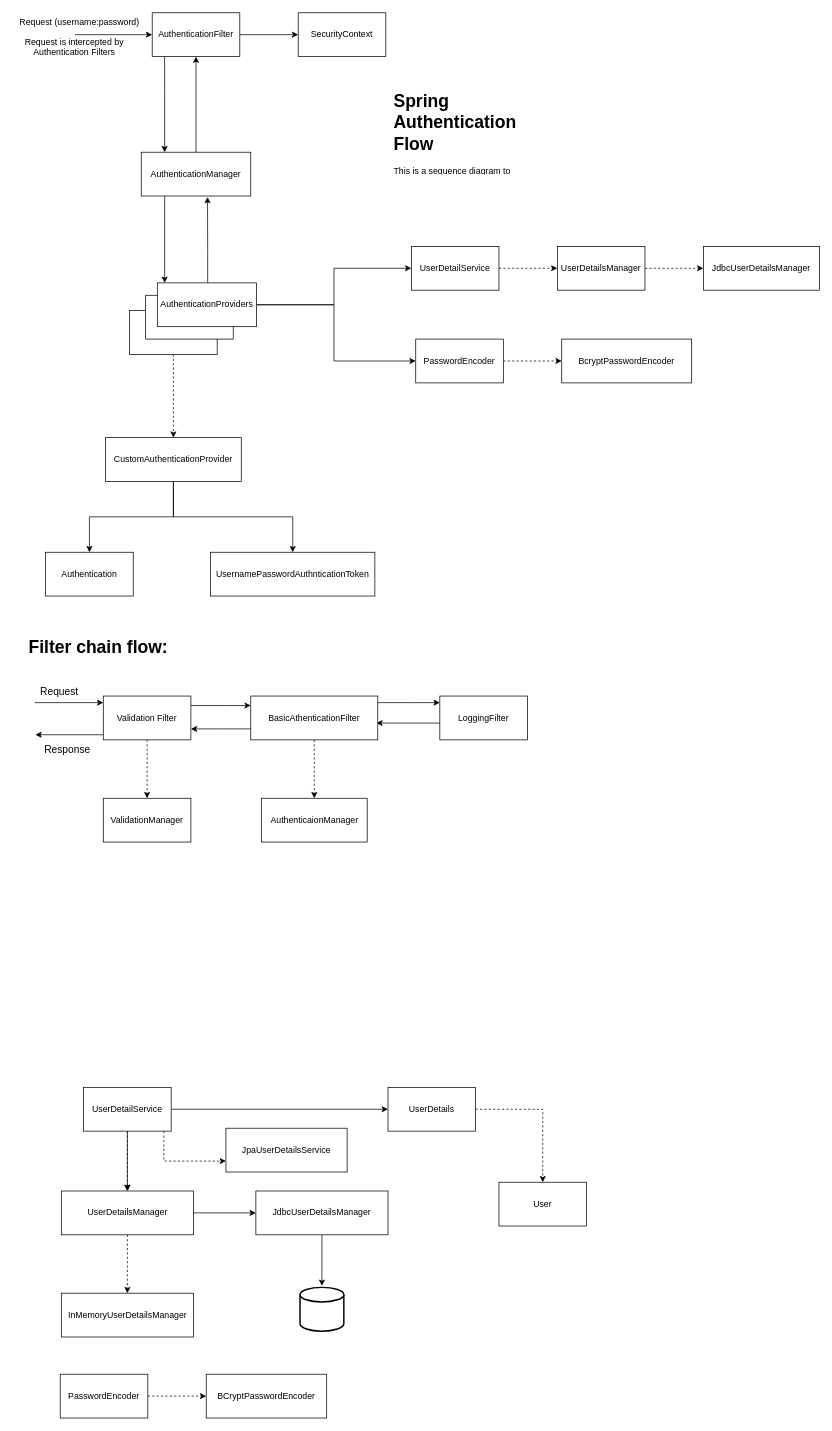
usernameAshu/spring-security-poc keeps this draw.io diagram as Spring security architecture-1.drawio. Above is the earlier version. Source tidied: cells renumbered, new cells numbered last; positions are measured from the earlier drawing's top-left corner, leaving out a move shared by most shapes. Both pictures are drawn from the tidied source at 73%, with x=0, y=0 at pixel (12, 12).
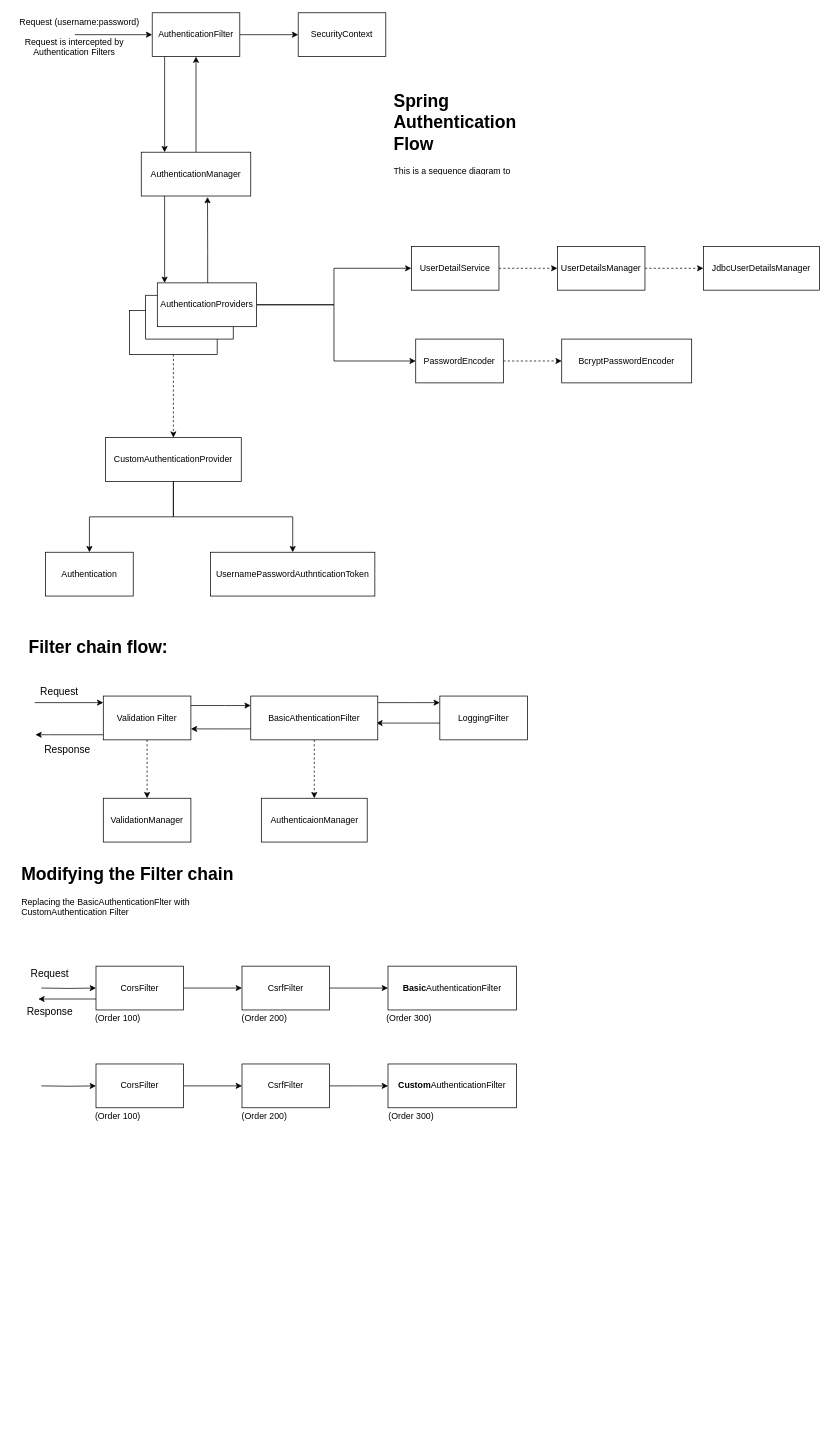
The same page after the edit.

What changed in the source:
```diff
@@
-    <mxCell id="23" style="edgeStyle=orthogonalEdgeStyle;rounded=0;jettySize=auto;html=1;dashed=1;" parent="1" edge="1" source="27" target="30">
-      <mxGeometry relative="1" as="geometry" />
-    </mxCell>
-    <mxCell id="24" style="edgeStyle=orthogonalEdgeStyle;rounded=0;jettySize=auto;html=1;" parent="1" edge="1" source="27" target="32">
-      <mxGeometry relative="1" as="geometry" />
-    </mxCell>
-    <mxCell id="25" style="edgeStyle=orthogonalEdgeStyle;rounded=0;jettySize=auto;html=1;" parent="1" edge="1" source="27" target="30">
-      <mxGeometry relative="1" as="geometry" />
-    </mxCell>
-    <mxCell id="26" style="edgeStyle=orthogonalEdgeStyle;rounded=0;jettySize=auto;html=1;dashed=1;" parent="1" edge="1" source="27" target="41">
-      <mxGeometry relative="1" as="geometry">
-        <Array as="points">
-          <mxPoint x="207" y="1573" />
-        </Array>
-      </mxGeometry>
-    </mxCell>
-    <mxCell id="27" value="UserDetailService" style="rounded=0;whiteSpace=wrap;html=1;" parent="1" vertex="1">
-      <mxGeometry x="97" y="1472" width="120" height="60" as="geometry" />
-    </mxCell>
-    <mxCell id="28" style="edgeStyle=orthogonalEdgeStyle;rounded=0;jettySize=auto;html=1;dashed=1;" parent="1" edge="1" source="30" target="34">
-      <mxGeometry relative="1" as="geometry" />
-    </mxCell>
-    <mxCell id="29" style="edgeStyle=orthogonalEdgeStyle;rounded=0;jettySize=auto;html=1;" parent="1" edge="1" source="30" target="36">
-      <mxGeometry relative="1" as="geometry" />
-    </mxCell>
-    <mxCell id="30" value="UserDetailsManager" style="whiteSpace=wrap;html=1;rounded=0;" parent="1" vertex="1">
-      <mxGeometry x="66.5" y="1614" width="181" height="60" as="geometry" />
-    </mxCell>
-    <mxCell id="31" style="edgeStyle=orthogonalEdgeStyle;rounded=0;jettySize=auto;html=1;dashed=1;" parent="1" edge="1" source="32" target="33">
-      <mxGeometry relative="1" as="geometry" />
-    </mxCell>
-    <mxCell id="32" value="UserDetails" style="whiteSpace=wrap;html=1;rounded=0;" parent="1" vertex="1">
-      <mxGeometry x="514" y="1472" width="120" height="60" as="geometry" />
-    </mxCell>
-    <mxCell id="33" value="User" style="whiteSpace=wrap;html=1;rounded=0;" parent="1" vertex="1">
-      <mxGeometry x="666" y="1602" width="120" height="60" as="geometry" />
-    </mxCell>
-    <mxCell id="34" value="InMemoryUserDetailsManager" style="whiteSpace=wrap;html=1;rounded=0;" parent="1" vertex="1">
-      <mxGeometry x="66.5" y="1754" width="181" height="60" as="geometry" />
-    </mxCell>
-    <mxCell id="35" style="edgeStyle=orthogonalEdgeStyle;rounded=0;jettySize=auto;html=1;" parent="1" edge="1" source="36">
-      <mxGeometry relative="1" as="geometry">
-        <mxPoint x="423.5" y="1744" as="targetPoint" />
-      </mxGeometry>
-    </mxCell>
-    <mxCell id="36" value="JdbcUserDetailsManager" style="whiteSpace=wrap;html=1;rounded=0;" parent="1" vertex="1">
-      <mxGeometry x="333" y="1614" width="181" height="60" as="geometry" />
-    </mxCell>
-    <mxCell id="37" style="edgeStyle=orthogonalEdgeStyle;rounded=0;jettySize=auto;html=1;dashed=1;" parent="1" edge="1" source="38" target="39">
-      <mxGeometry relative="1" as="geometry" />
-    </mxCell>
-    <mxCell id="38" value="PasswordEncoder" style="rounded=0;whiteSpace=wrap;html=1;" parent="1" vertex="1">
-      <mxGeometry x="65" y="1865" width="120" height="60" as="geometry" />
-    </mxCell>
-    <mxCell id="39" value="BCryptPasswordEncoder" style="whiteSpace=wrap;html=1;rounded=0;" parent="1" vertex="1">
-      <mxGeometry x="265" y="1865" width="165" height="60" as="geometry" />
-    </mxCell>
-    <mxCell id="40" style="strokeWidth=2;html=1;shape=mxgraph.flowchart.database;whiteSpace=wrap;" parent="1" vertex="1">
-      <mxGeometry x="393.5" y="1746" width="60" height="60" as="geometry" />
-    </mxCell>
-    <mxCell id="41" value="JpaUserDetailsService" style="rounded=0;whiteSpace=wrap;html=1;" parent="1" vertex="1">
-      <mxGeometry x="292" y="1528" width="166" height="60" as="geometry" />
-    </mxCell>
@@
+    <mxCell id="68" value="&lt;h1&gt;Modifying the Filter chain&lt;/h1&gt;&lt;p&gt;Replacing the BasicAuthenticationFlter with CustomAuthentication Filter&lt;/p&gt;" style="text;html=1;strokeColor=none;fillColor=none;spacing=5;spacingTop=-20;whiteSpace=wrap;overflow=hidden;rounded=0;" parent="1" vertex="1">
+      <mxGeometry x="7" y="1161" width="357" height="120" as="geometry" />
+    </mxCell>
+    <mxCell id="69" style="edgeStyle=orthogonalEdgeStyle;rounded=0;jettySize=auto;html=1;" parent="1" edge="1" source="71" target="73">
+      <mxGeometry relative="1" as="geometry" />
+    </mxCell>
+    <mxCell id="70" style="edgeStyle=orthogonalEdgeStyle;rounded=0;jettySize=auto;html=1;" parent="1" edge="1" target="71">
+      <mxGeometry relative="1" as="geometry">
+        <mxPoint x="39.2" y="1336" as="sourcePoint" />
+      </mxGeometry>
+    </mxCell>
+    <mxCell id="71" value="CorsFilter" style="rounded=0;whiteSpace=wrap;html=1;" parent="1" vertex="1">
+      <mxGeometry x="114" y="1306" width="120" height="60" as="geometry" />
+    </mxCell>
+    <mxCell id="72" style="edgeStyle=orthogonalEdgeStyle;rounded=0;jettySize=auto;html=1;" parent="1" edge="1" source="73" target="74">
+      <mxGeometry relative="1" as="geometry" />
+    </mxCell>
+    <mxCell id="73" value="CsrfFilter" style="rounded=0;whiteSpace=wrap;html=1;" parent="1" vertex="1">
+      <mxGeometry x="314" y="1306" width="120" height="60" as="geometry" />
+    </mxCell>
+    <mxCell id="74" value="&lt;b&gt;Basic&lt;/b&gt;AuthenticationFilter" style="rounded=0;whiteSpace=wrap;html=1;" parent="1" vertex="1">
+      <mxGeometry x="514" y="1306" width="176" height="60" as="geometry" />
+    </mxCell>
+    <mxCell id="75" style="edgeStyle=orthogonalEdgeStyle;rounded=0;jettySize=auto;html=1;" parent="1" edge="1" source="77" target="79">
+      <mxGeometry relative="1" as="geometry" />
+    </mxCell>
+    <mxCell id="76" style="edgeStyle=orthogonalEdgeStyle;rounded=0;jettySize=auto;html=1;" parent="1" edge="1" target="77">
+      <mxGeometry relative="1" as="geometry">
+        <mxPoint x="39.2" y="1470" as="sourcePoint" />
+      </mxGeometry>
+    </mxCell>
+    <mxCell id="77" value="CorsFilter" style="rounded=0;whiteSpace=wrap;html=1;" parent="1" vertex="1">
+      <mxGeometry x="114" y="1440" width="120" height="60" as="geometry" />
+    </mxCell>
+    <mxCell id="78" style="edgeStyle=orthogonalEdgeStyle;rounded=0;jettySize=auto;html=1;" parent="1" edge="1" source="79">
+      <mxGeometry relative="1" as="geometry">
+        <mxPoint x="514" y="1470" as="targetPoint" />
+      </mxGeometry>
+    </mxCell>
+    <mxCell id="79" value="CsrfFilter" style="rounded=0;whiteSpace=wrap;html=1;" parent="1" vertex="1">
+      <mxGeometry x="314" y="1440" width="120" height="60" as="geometry" />
+    </mxCell>
+    <mxCell id="80" value="&lt;b&gt;Custom&lt;/b&gt;AuthenticationFilter" style="rounded=0;whiteSpace=wrap;html=1;" parent="1" vertex="1">
+      <mxGeometry x="514" y="1440" width="176" height="60" as="geometry" />
+    </mxCell>
+    <mxCell id="81" value="Request" style="text;html=1;strokeColor=none;fillColor=none;align=center;verticalAlign=middle;whiteSpace=wrap;rounded=0;fontSize=14;" parent="1" vertex="1">
+      <mxGeometry x="21" y="1302" width="60" height="30" as="geometry" />
+    </mxCell>
+    <mxCell id="82" style="endArrow=classic;html=1;rounded=0;exitX=0;exitY=0.75;exitDx=0;exitDy=0;" parent="1" edge="1" source="71">
+      <mxGeometry relative="1" as="geometry">
+        <mxPoint x="35" y="1351" as="targetPoint" />
+      </mxGeometry>
+    </mxCell>
+    <mxCell id="83" value="Response" style="text;html=1;strokeColor=none;fillColor=none;align=center;verticalAlign=middle;whiteSpace=wrap;rounded=0;fontSize=14;" parent="1" vertex="1">
+      <mxGeometry x="21" y="1353" width="60" height="30" as="geometry" />
+    </mxCell>
+    <mxCell id="84" value="(Order 100)" style="text;html=1;strokeColor=none;fillColor=none;align=center;verticalAlign=middle;whiteSpace=wrap;rounded=0;" parent="1" vertex="1">
+      <mxGeometry x="101" y="1363" width="86" height="30" as="geometry" />
+    </mxCell>
+    <mxCell id="85" value="(Order 100)" style="text;html=1;strokeColor=none;fillColor=none;align=center;verticalAlign=middle;whiteSpace=wrap;rounded=0;" parent="1" vertex="1">
+      <mxGeometry x="101" y="1497" width="86" height="30" as="geometry" />
+    </mxCell>
+    <mxCell id="86" value="(Order 200)" style="text;html=1;strokeColor=none;fillColor=none;align=center;verticalAlign=middle;whiteSpace=wrap;rounded=0;" parent="1" vertex="1">
+      <mxGeometry x="302" y="1363" width="86" height="30" as="geometry" />
+    </mxCell>
+    <mxCell id="87" value="(Order 200)" style="text;html=1;strokeColor=none;fillColor=none;align=center;verticalAlign=middle;whiteSpace=wrap;rounded=0;" parent="1" vertex="1">
+      <mxGeometry x="302" y="1497" width="86" height="30" as="geometry" />
+    </mxCell>
+    <mxCell id="88" value="(Order 300)" style="text;html=1;strokeColor=none;fillColor=none;align=center;verticalAlign=middle;whiteSpace=wrap;rounded=0;" parent="1" vertex="1">
+      <mxGeometry x="500" y="1363" width="86" height="30" as="geometry" />
+    </mxCell>
+    <mxCell id="89" value="(Order 300)" style="text;html=1;strokeColor=none;fillColor=none;align=center;verticalAlign=middle;whiteSpace=wrap;rounded=0;" parent="1" vertex="1">
+      <mxGeometry x="503" y="1497" width="86" height="30" as="geometry" />
+    </mxCell>
```
